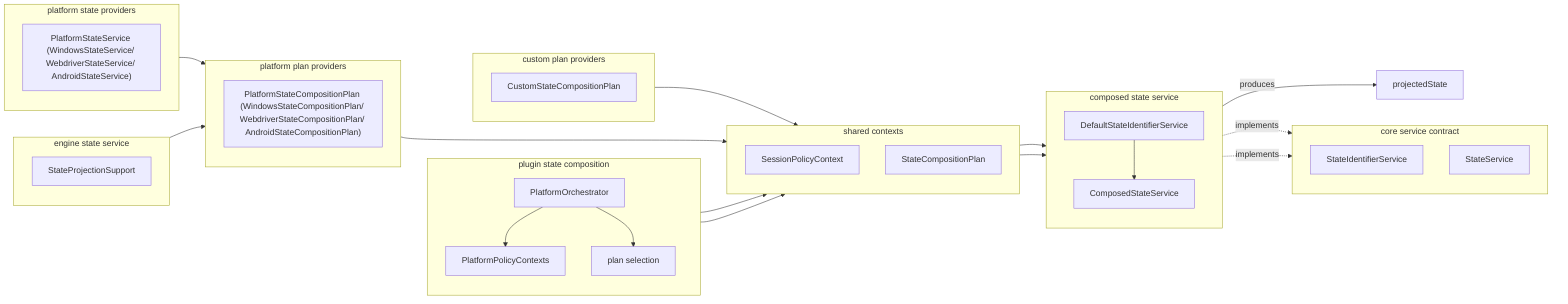
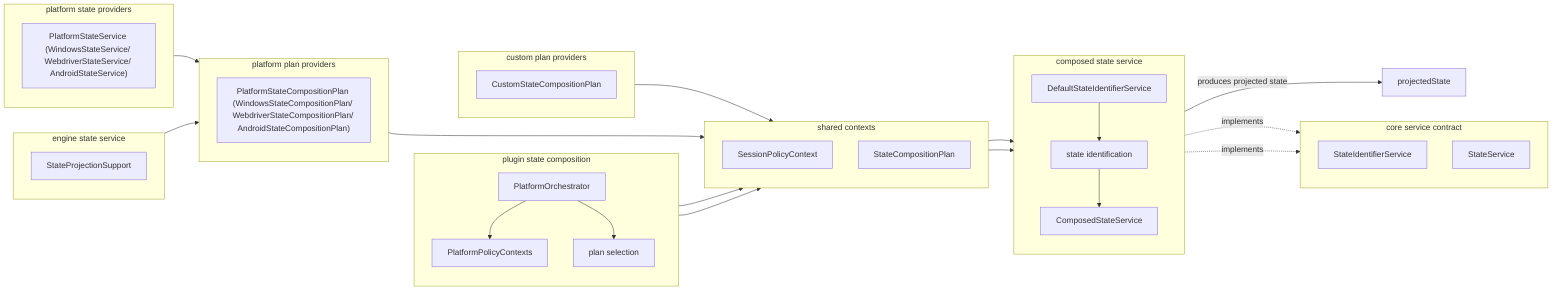
flowchart LR

    subgraph PluginComposition["plugin state composition"]
        direction TB
        Orchestrator["PlatformOrchestrator"]
        PolicyContexts["PlatformPolicyContexts"]
        PlanSelection["plan selection"]
    end

    subgraph SharedContexts["shared contexts"]
        direction TB
        SessionPolicies["SessionPolicyContext"]
        StatePlan["StateCompositionPlan"]
    end

    subgraph ComposedState["composed state service"]
        direction TB
        DefaultStateIdentifierService["DefaultStateIdentifierService"]
+         StateIdentification["state identification"]
        ComposedStateService["ComposedStateService"]
-         DefaultStateIdentifierService --> ComposedStateService
+         DefaultStateIdentifierService --> StateIdentification
+         StateIdentification --> ComposedStateService
    end

    subgraph CoreState["core service contract"]
        direction TB
        StateIdentifierService["StateIdentifierService"]
        StateService["StateService"]
    end

    subgraph EngineState["engine state service"]
        direction TB
        ProjectionSupport["StateProjectionSupport"]
    end

    subgraph PlatformPlanProviders["platform plan providers"]
        direction TB
        PlatformPlan["PlatformStateCompositionPlan (WindowsStateCompositionPlan/ WebdriverStateCompositionPlan/ AndroidStateCompositionPlan)"]
    end

    subgraph CustomPlanProviders["custom plan providers"]
        direction TB
        CustomPlan["CustomStateCompositionPlan"]
    end

    subgraph PlatformStateProviders["platform state providers"]
        direction TB
        PlatformStateService["PlatformStateService (WindowsStateService/ WebdriverStateService/ AndroidStateService)"]
    end

    Orchestrator --> PolicyContexts
    Orchestrator --> PlanSelection

    PolicyContexts --> SessionPolicies
    PlanSelection --> StatePlan

    PlatformStateService --> PlatformPlan
    ProjectionSupport --> PlatformPlan

    PlatformPlan --> StatePlan
    CustomPlan --> StatePlan

    SessionPolicies --> ComposedStateService
    StatePlan --> ComposedStateService

    DefaultStateIdentifierService -. implements .-> StateIdentifierService
    ComposedStateService -. implements .-> StateService

-     ComposedStateService -- "produces" --> projectedState
+     ComposedStateService -- "produces projected state" --> projectedState

    %% horizontal row nudges
    PluginComposition ~~~ SharedContexts
    SharedContexts ~~~ ComposedState
    ComposedState ~~~ CoreState

    EngineState ~~~ PlatformPlanProviders
    PlatformPlanProviders ~~~ CustomPlanProviders
